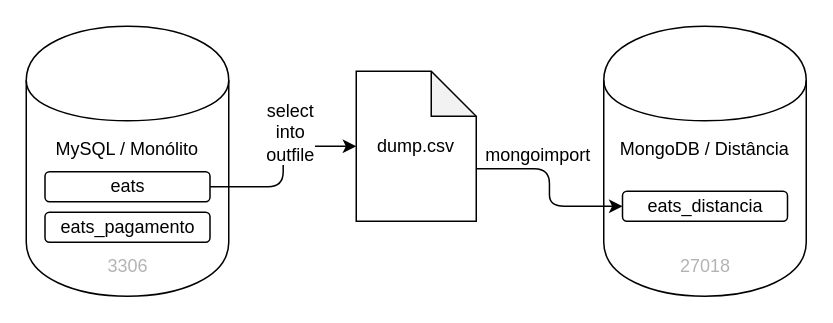
Above: imagens/04-migrando-dados/dump-dos-dados-de-restaurante-do-monolito-para-o-mongodb-de-distancia.drawio in caelum/apostila-microservices-com-spring-cloud (draw.io), before the change. Source tidied: cells renumbered, new cells numbered last; positions are measured from the earlier drawing's top-left corner, leaving out a move shared by most shapes. Both pictures are drawn from the tidied source at 150%, with x=0, y=0 at pixel (26, 26).
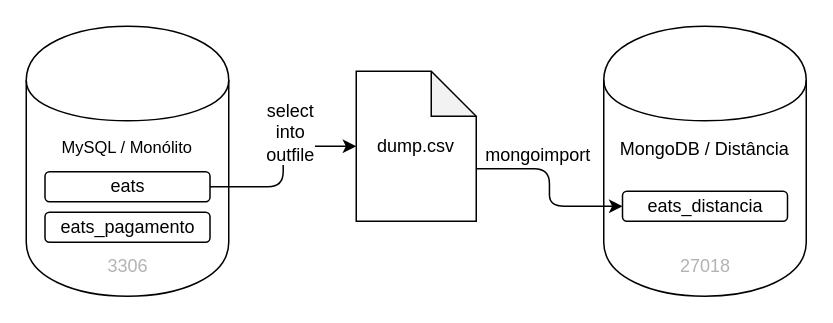
Above is the later version.

What changed in the source:
```diff
@@
 <mxGraphModel>
   <root>
     <mxCell id="0" />
     <mxCell id="1" parent="0" />
-    <mxCell id="2" value="MySQL / Monólito" style="shape=cylinder;whiteSpace=wrap;html=1;boundedLbl=1;backgroundOutline=1;verticalAlign=top;spacing=0;spacingTop=30;" parent="1" vertex="1">
+    <mxCell id="2" value="&lt;font style=&quot;font-size: 11px&quot;&gt;MySQL / Monólito&lt;/font&gt;" style="shape=cylinder;whiteSpace=wrap;html=1;boundedLbl=1;backgroundOutline=1;verticalAlign=top;spacing=0;spacingTop=30;fontSize=11;" parent="1" vertex="1">
       <mxGeometry width="135" height="180" as="geometry" />
     </mxCell>
     <mxCell id="3" value="dump.csv" style="shape=note;whiteSpace=wrap;html=1;backgroundOutline=1;darkOpacity=0.05;" parent="1" vertex="1">
       <mxGeometry x="220" y="30" width="80" height="100" as="geometry" />
     </mxCell>
     <mxCell id="4" value="MongoDB / Distância" style="shape=cylinder;whiteSpace=wrap;html=1;boundedLbl=1;backgroundOutline=1;verticalAlign=top;spacing=0;spacingTop=30;" parent="1" vertex="1">
       <mxGeometry x="385" width="135" height="180" as="geometry" />
     </mxCell>
     <mxCell id="5" value="eats_distancia" style="rounded=1;whiteSpace=wrap;html=1;align=center;" parent="1" vertex="1">
       <mxGeometry x="397.5" y="110" width="110" height="20" as="geometry" />
     </mxCell>
     <mxCell id="6" style="edgeStyle=orthogonalEdgeStyle;rounded=1;jettySize=auto;html=1;exitX=1;exitY=0.5;exitDx=0;exitDy=0;fontColor=#B3B3B3;" parent="1" edge="1" source="11" target="3">
       <mxGeometry relative="1" as="geometry" />
     </mxCell>
     <mxCell id="7" value="&lt;font color=&quot;#000000&quot;&gt;select&lt;br&gt;into&lt;br&gt;outfile&lt;/font&gt;" style="text;html=1;align=center;verticalAlign=middle;labelBackgroundColor=#ffffff;fontColor=#B3B3B3;spacing=0;spacingLeft=30;spacingBottom=40;" parent="6" vertex="1">
       <mxGeometry x="-0.39" y="17" relative="1" as="geometry" />
     </mxCell>
     <mxCell id="8" value="eats_pagamento" style="rounded=1;whiteSpace=wrap;html=1;align=center;" parent="1" vertex="1">
       <mxGeometry x="12.5" y="124" width="110" height="20" as="geometry" />
     </mxCell>
     <mxCell id="9" value="3306" style="text;html=1;strokeColor=none;fillColor=none;align=center;verticalAlign=middle;whiteSpace=wrap;rounded=0;fontColor=#B3B3B3;" parent="1" vertex="1">
       <mxGeometry x="48" y="150" width="40" height="20" as="geometry" />
     </mxCell>
     <mxCell id="10" value="27018" style="text;html=1;strokeColor=none;fillColor=none;align=center;verticalAlign=middle;whiteSpace=wrap;rounded=0;fontColor=#B3B3B3;" parent="1" vertex="1">
       <mxGeometry x="432.5" y="150" width="40" height="20" as="geometry" />
     </mxCell>
     <mxCell id="11" value="eats" style="rounded=1;whiteSpace=wrap;html=1;align=center;" parent="1" vertex="1">
       <mxGeometry x="12.5" y="97" width="110" height="20" as="geometry" />
     </mxCell>
     <mxCell id="12" style="edgeStyle=orthogonalEdgeStyle;rounded=1;jettySize=auto;html=1;exitX=0;exitY=0;exitDx=80;exitDy=65;exitPerimeter=0;entryX=0;entryY=0.5;entryDx=0;entryDy=0;fontColor=#B3B3B3;" parent="1" edge="1" source="3" target="5">
       <mxGeometry relative="1" as="geometry" />
     </mxCell>
     <mxCell id="13" value="&lt;font color=&quot;#000000&quot;&gt;mongoimport&lt;/font&gt;" style="text;html=1;align=center;verticalAlign=bottom;labelBackgroundColor=#ffffff;fontColor=#B3B3B3;spacing=0;spacingBottom=4;" parent="12" vertex="1">
       <mxGeometry x="-0.35" y="-1" relative="1" as="geometry" />
     </mxCell>
   </root>
 </mxGraphModel>
```
